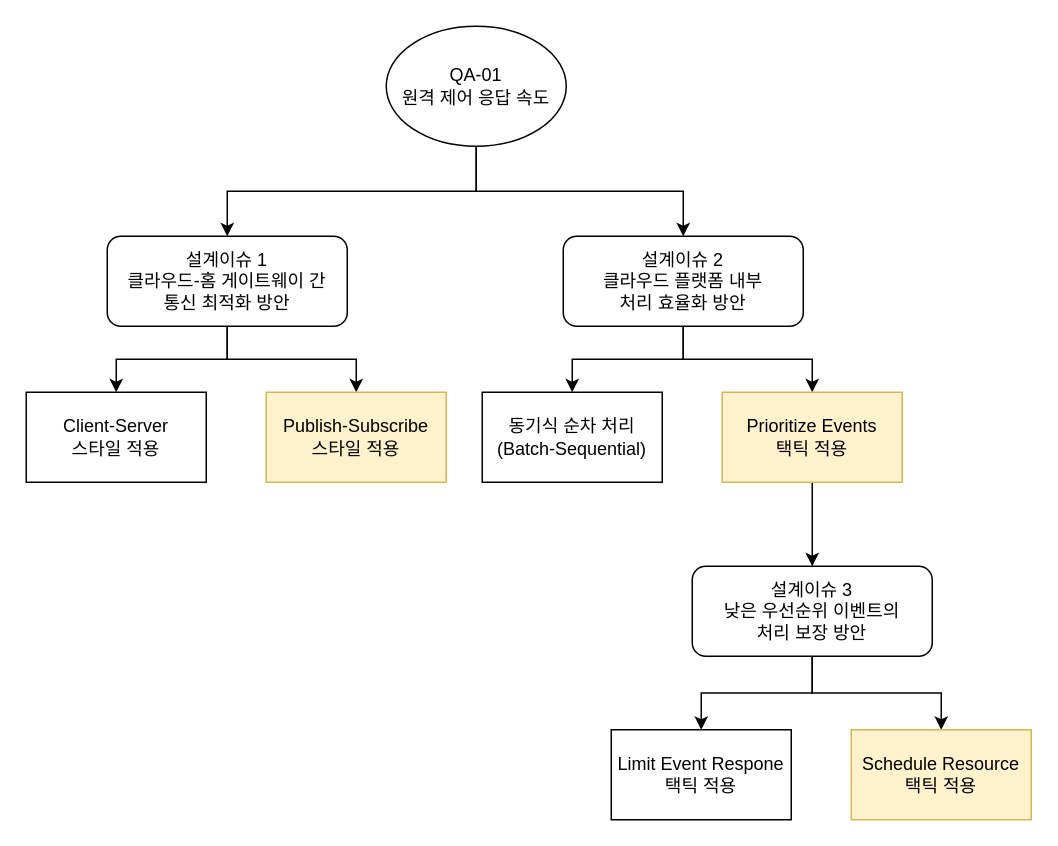
Before: page "DD-01" (1 of 2) of QualityDrivenArchitecturalDesign.drawio in GeniusHoon/AssociateArchitect, a draw.io diagram. Source tidied: cells renumbered, new cells numbered last; positions are measured from the earlier drawing's top-left corner, leaving out a move shared by most shapes. Both pictures are drawn from the tidied source at 150%, with x=0, y=0 at pixel (26, 26).
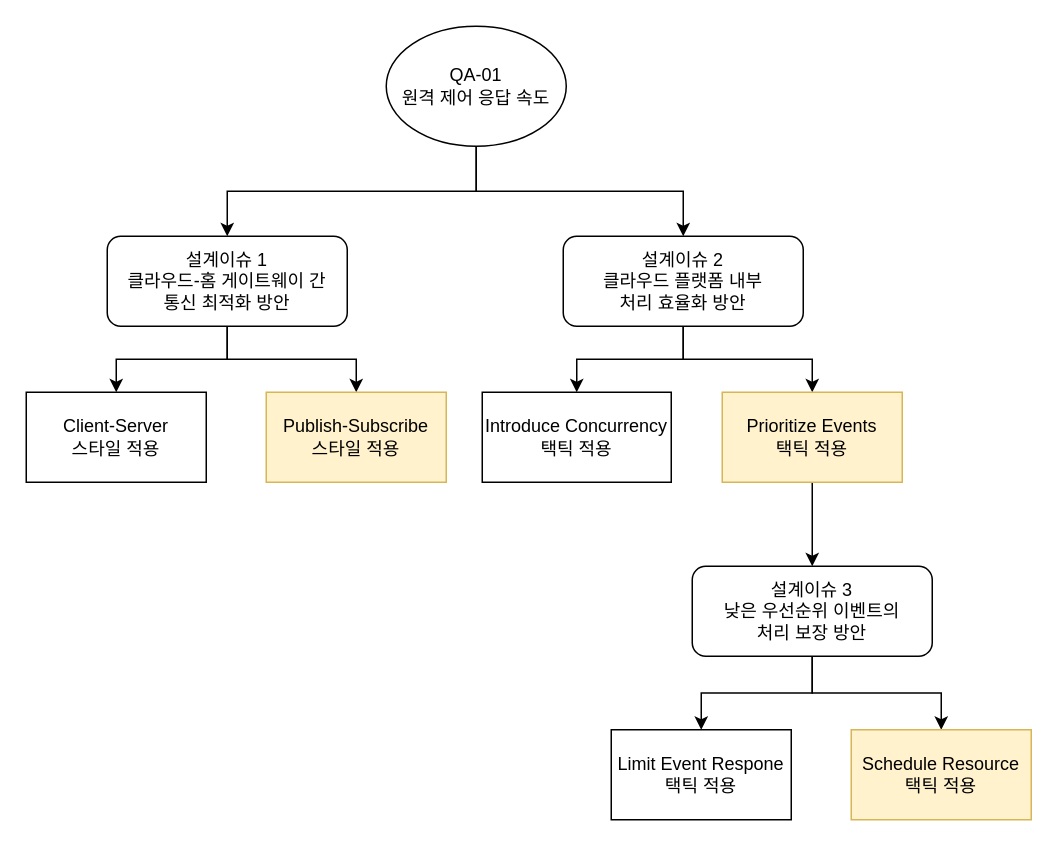
After the change.

Commit message:
dd01 edit, introduce concurrency

Change to the diagram source:
```diff
@@
-    <mxCell id="13" value="동기식 순차 처리&lt;div&gt;(Batch-Sequential)&lt;/div&gt;" style="rounded=0;whiteSpace=wrap;html=1;" parent="1" vertex="1">
-      <mxGeometry x="304" y="244" width="120" height="60" as="geometry" />
+    <mxCell id="13" value="Introduce Concurrency&lt;div&gt;택틱 적용&lt;/div&gt;" style="rounded=0;whiteSpace=wrap;html=1;" parent="1" vertex="1">
+      <mxGeometry x="304" y="244" width="126" height="60" as="geometry" />
     </mxCell>
```
